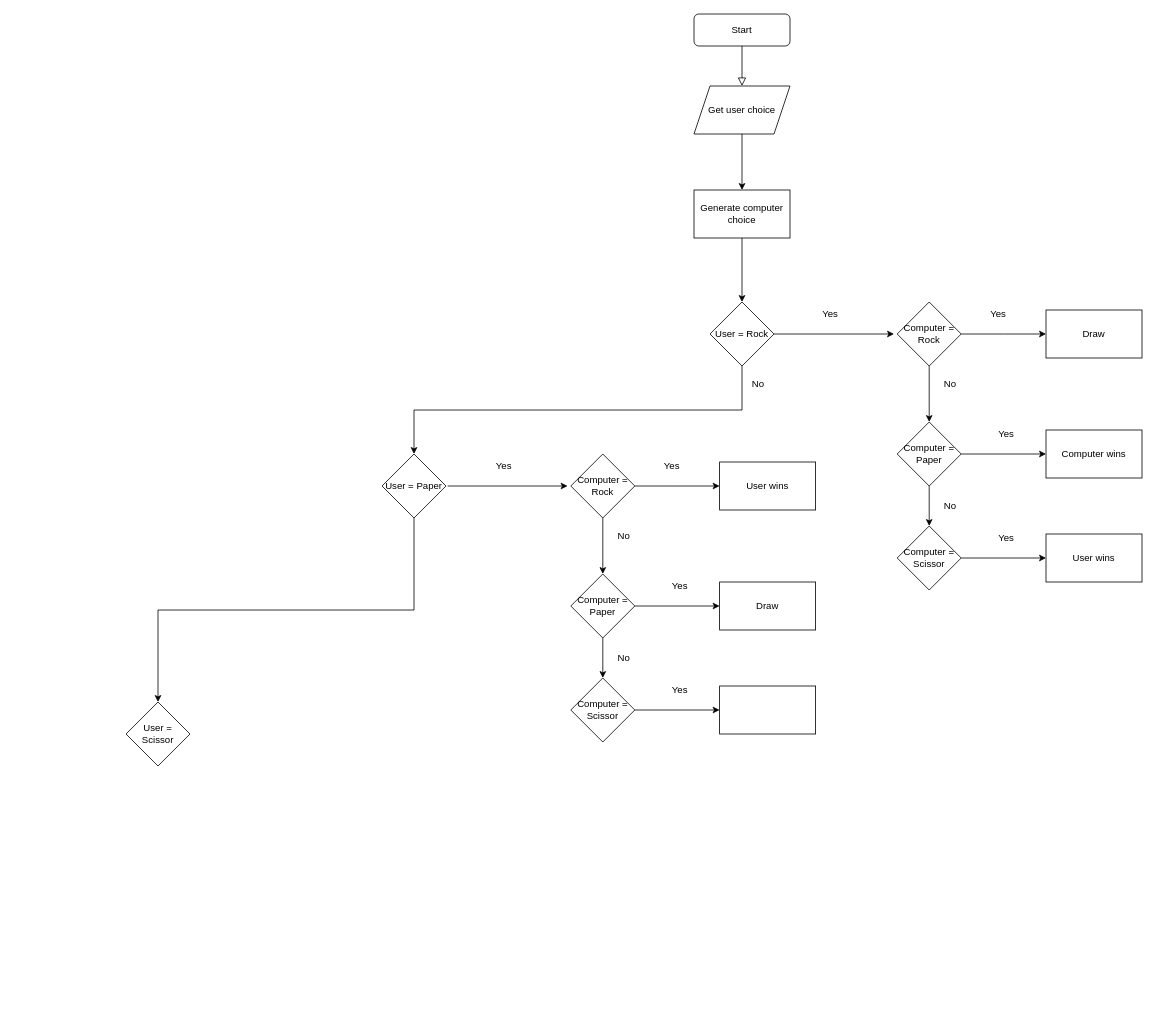
Earlier version of the draw.io diagram Untitled Diagram.drawio (VoHoAnhTuan/Diagrams). Source tidied: cells renumbered, new cells numbered last; positions are measured from the earlier drawing's top-left corner, leaving out a move shared by most shapes. Both pictures are drawn from the tidied source at 80%, with x=0, y=0 at pixel (126, 14).
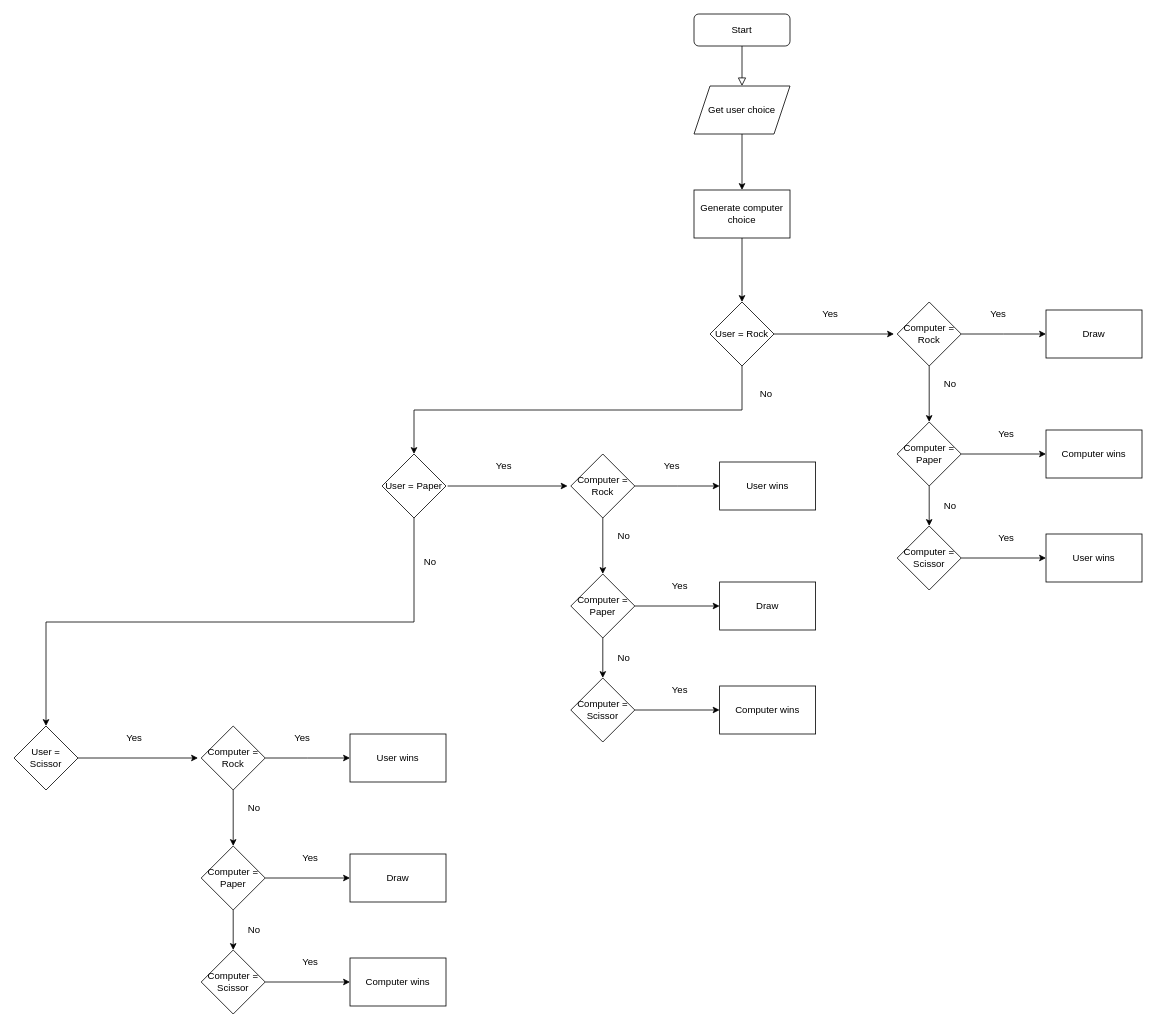
After the change.

The edit, as a diff of the source:
```diff
@@
     <mxCell id="13" value="User = Scissor" style="rhombus;whiteSpace=wrap;html=1;" parent="1" vertex="1">
-      <mxGeometry y="860" width="80" height="80" as="geometry" />
+      <mxGeometry x="-140" y="890" width="80" height="80" as="geometry" />
     </mxCell>
@@
     <mxCell id="15" value="No" style="text;html=1;align=center;verticalAlign=middle;strokeColor=none;fillColor=none;" parent="1" vertex="1">
-      <mxGeometry x="770" y="448" width="40" height="30" as="geometry" />
+      <mxGeometry x="780" y="460" width="40" height="30" as="geometry" />
     </mxCell>
@@
-    <mxCell id="45" style="rounded=0;whiteSpace=wrap;html=1;" parent="1" vertex="1">
+    <mxCell id="45" value="Computer wins" style="rounded=0;whiteSpace=wrap;html=1;" parent="1" vertex="1">
       <mxGeometry x="742" y="840" width="120" height="60" as="geometry" />
     </mxCell>
@@
+    <mxCell id="50" value="No" style="text;html=1;align=center;verticalAlign=middle;strokeColor=none;fillColor=none;" parent="1" vertex="1">
+      <mxGeometry x="360" y="670" width="40" height="30" as="geometry" />
+    </mxCell>
+    <mxCell id="51" style="edgeStyle=orthogonalEdgeStyle;rounded=0;jettySize=auto;html=1;exitX=1;exitY=0.5;exitDx=0;exitDy=0;" parent="1" edge="1" source="53">
+      <mxGeometry relative="1" as="geometry">
+        <mxPoint x="280" y="930" as="targetPoint" />
+      </mxGeometry>
+    </mxCell>
+    <mxCell id="52" style="edgeStyle=orthogonalEdgeStyle;rounded=0;jettySize=auto;html=1;exitX=0.5;exitY=1;exitDx=0;exitDy=0;" parent="1" edge="1" source="53">
+      <mxGeometry relative="1" as="geometry">
+        <mxPoint x="134" y="1040" as="targetPoint" />
+      </mxGeometry>
+    </mxCell>
+    <mxCell id="53" value="Computer = Rock" style="rhombus;whiteSpace=wrap;html=1;" parent="1" vertex="1">
+      <mxGeometry x="94" y="890" width="80" height="80" as="geometry" />
+    </mxCell>
+    <mxCell id="54" value="Yes" style="text;html=1;align=center;verticalAlign=middle;strokeColor=none;fillColor=none;" parent="1" vertex="1">
+      <mxGeometry x="200" y="890" width="40" height="30" as="geometry" />
+    </mxCell>
+    <mxCell id="55" value="User wins" style="rounded=0;whiteSpace=wrap;html=1;" parent="1" vertex="1">
+      <mxGeometry x="280" y="900" width="120" height="60" as="geometry" />
+    </mxCell>
+    <mxCell id="56" value="No" style="text;html=1;align=center;verticalAlign=middle;strokeColor=none;fillColor=none;" parent="1" vertex="1">
+      <mxGeometry x="140" y="978" width="40" height="30" as="geometry" />
+    </mxCell>
+    <mxCell id="57" style="edgeStyle=orthogonalEdgeStyle;rounded=0;jettySize=auto;html=1;exitX=0.5;exitY=1;exitDx=0;exitDy=0;entryX=0.5;entryY=0;entryDx=0;entryDy=0;" parent="1" edge="1" source="59" target="61">
+      <mxGeometry relative="1" as="geometry" />
+    </mxCell>
+    <mxCell id="58" style="edgeStyle=orthogonalEdgeStyle;rounded=0;jettySize=auto;html=1;exitX=1;exitY=0.5;exitDx=0;exitDy=0;entryX=0;entryY=0.5;entryDx=0;entryDy=0;" parent="1" edge="1" source="59" target="63">
+      <mxGeometry relative="1" as="geometry" />
+    </mxCell>
+    <mxCell id="59" value="Computer = Paper" style="rhombus;whiteSpace=wrap;html=1;" parent="1" vertex="1">
+      <mxGeometry x="94" y="1040" width="80" height="80" as="geometry" />
+    </mxCell>
+    <mxCell id="60" style="edgeStyle=orthogonalEdgeStyle;rounded=0;jettySize=auto;html=1;exitX=1;exitY=0.5;exitDx=0;exitDy=0;entryX=0;entryY=0.5;entryDx=0;entryDy=0;" parent="1" edge="1" source="61" target="64">
+      <mxGeometry relative="1" as="geometry" />
+    </mxCell>
+    <mxCell id="61" value="Computer = Scissor" style="rhombus;whiteSpace=wrap;html=1;" parent="1" vertex="1">
+      <mxGeometry x="94" y="1170" width="80" height="80" as="geometry" />
+    </mxCell>
+    <mxCell id="62" value="No" style="text;html=1;align=center;verticalAlign=middle;strokeColor=none;fillColor=none;" parent="1" vertex="1">
+      <mxGeometry x="140" y="1130" width="40" height="30" as="geometry" />
+    </mxCell>
+    <mxCell id="63" value="Draw" style="rounded=0;whiteSpace=wrap;html=1;" parent="1" vertex="1">
+      <mxGeometry x="280" y="1050" width="120" height="60" as="geometry" />
+    </mxCell>
+    <mxCell id="64" value="Computer wins" style="rounded=0;whiteSpace=wrap;html=1;" parent="1" vertex="1">
+      <mxGeometry x="280" y="1180" width="120" height="60" as="geometry" />
+    </mxCell>
+    <mxCell id="65" value="Yes" style="text;html=1;align=center;verticalAlign=middle;strokeColor=none;fillColor=none;" parent="1" vertex="1">
+      <mxGeometry x="210" y="1170" width="40" height="30" as="geometry" />
+    </mxCell>
+    <mxCell id="66" value="Yes" style="text;html=1;align=center;verticalAlign=middle;strokeColor=none;fillColor=none;" parent="1" vertex="1">
+      <mxGeometry x="210" y="1040" width="40" height="30" as="geometry" />
+    </mxCell>
+    <mxCell id="67" value="Yes" style="text;html=1;align=center;verticalAlign=middle;strokeColor=none;fillColor=none;" parent="1" vertex="1">
+      <mxGeometry x="-10" y="890" width="40" height="30" as="geometry" />
+    </mxCell>
+    <mxCell id="68" style="edgeStyle=orthogonalEdgeStyle;rounded=0;orthogonalLoop=1;jettySize=auto;html=1;exitX=1;exitY=0.5;exitDx=0;exitDy=0;" parent="1" edge="1">
+      <mxGeometry relative="1" as="geometry">
+        <mxPoint x="-60" y="930" as="sourcePoint" />
+        <mxPoint x="90" y="930" as="targetPoint" />
+      </mxGeometry>
+    </mxCell>
```
